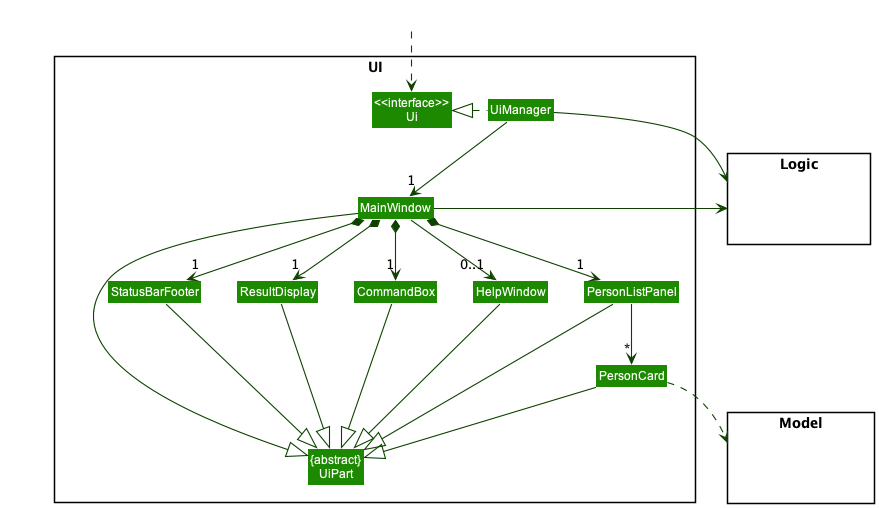
Above: docs/images/UiClassDiagram.png in nus-cs2103-AY2223S1/tp (PlantUML), before the change.
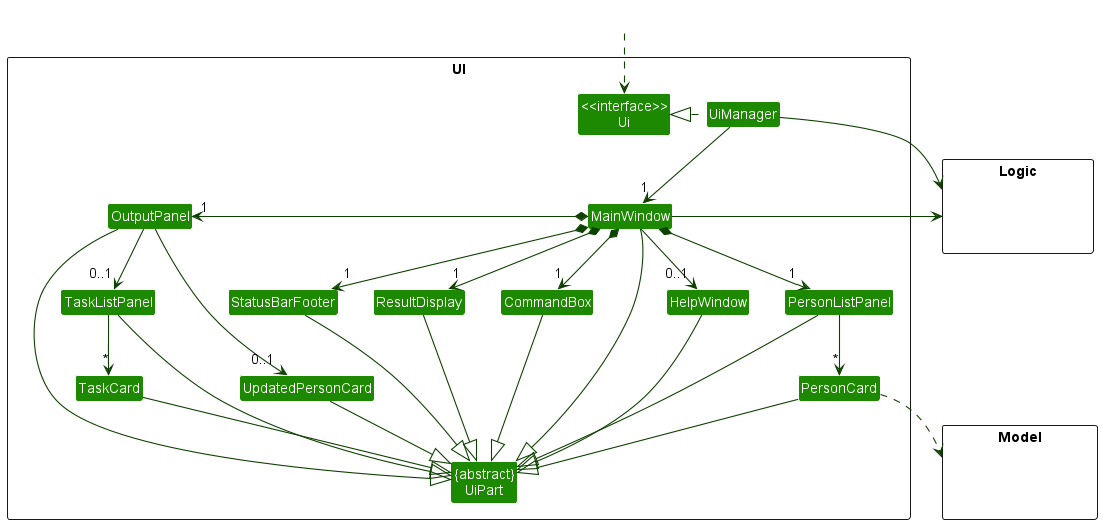
The same diagram one commit later.

What changed in the source:
```diff
@@ -15,6 +15,10 @@
 Class PersonCard
 Class StatusBarFooter
 Class CommandBox
+Class OutputPanel
+Class TaskListPanel
+Class TaskCard
+Class UpdatedPersonCard
 }
 
 package Model <<Rectangle>> {
@@ -34,9 +38,15 @@
 MainWindow *-down-> "1" ResultDisplay
 MainWindow *-down-> "1" PersonListPanel
 MainWindow *-down-> "1" StatusBarFooter
+MainWindow *-left-> "1" OutputPanel
+
 MainWindow --> "0..1" HelpWindow
 
 PersonListPanel -down-> "*" PersonCard
+
+OutputPanel --> "0..1" TaskListPanel
+OutputPanel --> "0..1" UpdatedPersonCard
+TaskListPanel --> "*" TaskCard
 
 MainWindow -left-|> UiPart
 
@@ -46,6 +56,10 @@
 PersonCard --|> UiPart
 StatusBarFooter --|> UiPart
 HelpWindow --|> UiPart
+OutputPanel --|> UiPart
+TaskListPanel --|> UiPart
+TaskCard --|> UiPart
+UpdatedPersonCard --|> UiPart
 
 PersonCard ..> Model
 UiManager -right-> Logic
```
